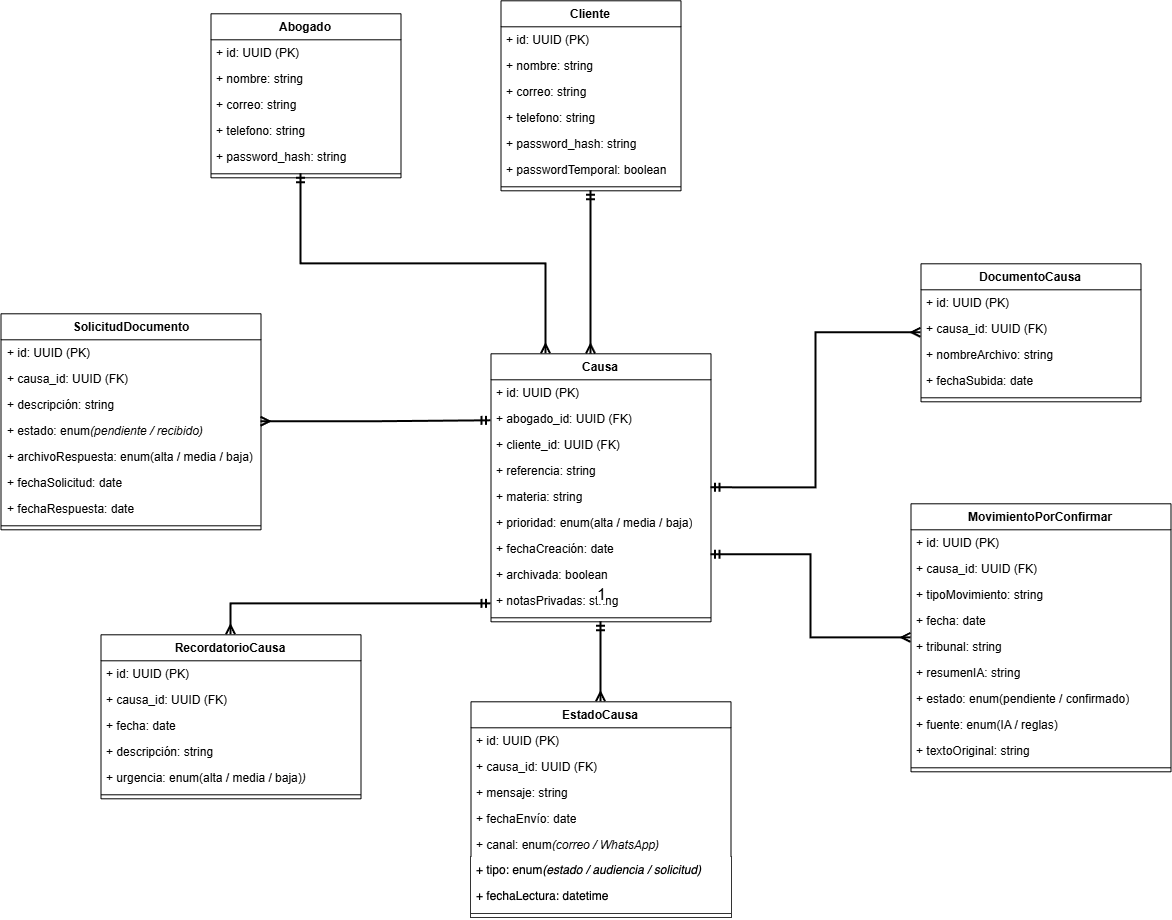
Before: Fase 2/Evidencias Proyecto/Documentacion/Diseño v2/Diagramas/diagrama_entidad_relacion_v2.drawio.png, a diagram exported from draw.io (sebastianroman16/CAPSTONE). Source tidied: cells renumbered, new cells last; positions are measured from the earlier drawing's top-left corner, leaving out a move shared by most shapes.
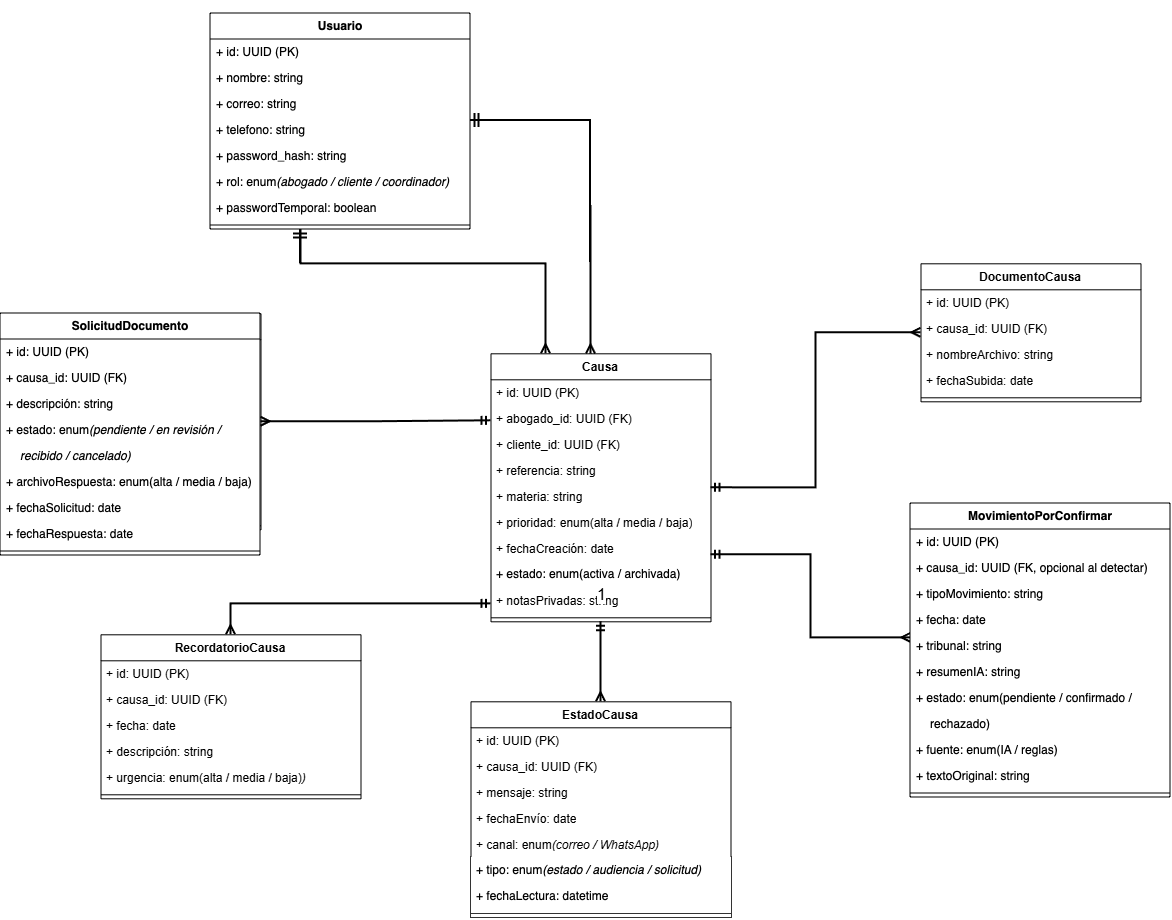
Above is the later version.

Change to the diagram source:
```diff
@@ -11,51 +11,33 @@
         </Array>
       </mxGeometry>
     </mxCell>
-    <mxCell id="3" value="Abogado" style="swimlane;fontStyle=1;align=center;verticalAlign=top;horizontal=1;startSize=26;whiteSpace=wrap;html=1;" parent="1" vertex="1">
-      <mxGeometry x="210" y="13" width="190" height="164" as="geometry" />
+    <mxCell id="3" value="Usuario" style="swimlane;fontStyle=1;align=center;verticalAlign=top;horizontal=1;startSize=26;whiteSpace=wrap;html=1;" parent="1" vertex="1">
+      <mxGeometry x="210" y="13" width="260" height="216" as="geometry" />
     </mxCell>
     <mxCell id="4" value="+ id: UUID (PK)" style="text;strokeColor=none;fillColor=none;align=left;verticalAlign=top;spacingLeft=4;spacingRight=4;overflow=hidden;whiteSpace=wrap;html=1;" parent="3" vertex="1">
-      <mxGeometry y="26" width="190" height="26" as="geometry" />
+      <mxGeometry y="26" width="260" height="26" as="geometry" />
     </mxCell>
     <mxCell id="5" value="+ nombre: string" style="text;strokeColor=none;fillColor=none;align=left;verticalAlign=top;spacingLeft=4;spacingRight=4;overflow=hidden;whiteSpace=wrap;html=1;" parent="3" vertex="1">
-      <mxGeometry y="52" width="190" height="26" as="geometry" />
+      <mxGeometry y="52" width="260" height="26" as="geometry" />
     </mxCell>
     <mxCell id="6" value="+ correo: string" style="text;strokeColor=none;fillColor=none;align=left;verticalAlign=top;spacingLeft=4;spacingRight=4;overflow=hidden;whiteSpace=wrap;html=1;" parent="3" vertex="1">
-      <mxGeometry y="78" width="190" height="26" as="geometry" />
+      <mxGeometry y="78" width="260" height="26" as="geometry" />
     </mxCell>
     <mxCell id="7" value="+ telefono: string" style="text;strokeColor=none;fillColor=none;align=left;verticalAlign=top;spacingLeft=4;spacingRight=4;overflow=hidden;whiteSpace=wrap;html=1;" parent="3" vertex="1">
-      <mxGeometry y="104" width="190" height="26" as="geometry" />
+      <mxGeometry y="104" width="260" height="26" as="geometry" />
     </mxCell>
     <mxCell id="8" value="+ password_hash: string" style="text;strokeColor=none;fillColor=none;align=left;verticalAlign=top;spacingLeft=4;spacingRight=4;overflow=hidden;whiteSpace=wrap;html=1;" parent="3" vertex="1">
-      <mxGeometry y="130" width="190" height="26" as="geometry" />
+      <mxGeometry y="130" width="260" height="26" as="geometry" />
     </mxCell>
+    <mxCell id="78" value="+ rol: enum&lt;em&gt;(abogado / cliente / coordinador)&lt;/em&gt;" style="text;strokeColor=none;fillColor=none;align=left;verticalAlign=top;spacingLeft=4;spacingRight=4;overflow=hidden;whiteSpace=wrap;html=1;" parent="3" vertex="1">
+      <mxGeometry y="156" width="190" height="26" as="geometry" />
+    </mxCell>
+    <mxCell id="16" value="+ passwordTemporal: boolean" style="text;strokeColor=none;fillColor=none;align=left;verticalAlign=top;spacingLeft=4;spacingRight=4;overflow=hidden;whiteSpace=wrap;html=1;" parent="3" vertex="1">
+      <mxGeometry y="182" width="190" height="26" as="geometry" />
+    </mxCell>
     <mxCell id="9" style="line;strokeWidth=1;fillColor=none;align=left;verticalAlign=middle;spacingTop=-1;spacingLeft=3;spacingRight=3;labelPosition=right;strokeColor=inherit;" parent="3" vertex="1">
-      <mxGeometry y="156" width="190" height="8" as="geometry" />
+      <mxGeometry y="208" width="260" height="8" as="geometry" />
     </mxCell>
-    <mxCell id="10" value="Cliente" style="swimlane;fontStyle=1;align=center;verticalAlign=top;horizontal=1;startSize=26;whiteSpace=wrap;html=1;" parent="1" vertex="1">
-      <mxGeometry x="500" width="180" height="190" as="geometry" />
-    </mxCell>
-    <mxCell id="11" value="+ id: UUID (PK)" style="text;strokeColor=none;fillColor=none;align=left;verticalAlign=top;spacingLeft=4;spacingRight=4;overflow=hidden;whiteSpace=wrap;html=1;" parent="10" vertex="1">
-      <mxGeometry y="26" width="180" height="26" as="geometry" />
-    </mxCell>
-    <mxCell id="12" value="+ nombre: string" style="text;strokeColor=none;fillColor=none;align=left;verticalAlign=top;spacingLeft=4;spacingRight=4;overflow=hidden;whiteSpace=wrap;html=1;" parent="10" vertex="1">
-      <mxGeometry y="52" width="180" height="26" as="geometry" />
-    </mxCell>
-    <mxCell id="13" value="+ correo: string" style="text;strokeColor=none;fillColor=none;align=left;verticalAlign=top;spacingLeft=4;spacingRight=4;overflow=hidden;whiteSpace=wrap;html=1;" parent="10" vertex="1">
-      <mxGeometry y="78" width="180" height="26" as="geometry" />
-    </mxCell>
-    <mxCell id="14" value="+ telefono: string" style="text;strokeColor=none;fillColor=none;align=left;verticalAlign=top;spacingLeft=4;spacingRight=4;overflow=hidden;whiteSpace=wrap;html=1;" parent="10" vertex="1">
-      <mxGeometry y="104" width="180" height="26" as="geometry" />
-    </mxCell>
-    <mxCell id="15" value="+ password_hash: string" style="text;strokeColor=none;fillColor=none;align=left;verticalAlign=top;spacingLeft=4;spacingRight=4;overflow=hidden;whiteSpace=wrap;html=1;" parent="10" vertex="1">
-      <mxGeometry y="130" width="180" height="26" as="geometry" />
-    </mxCell>
-    <mxCell id="16" value="+ passwordTemporal: boolean" style="text;strokeColor=none;fillColor=none;align=left;verticalAlign=top;spacingLeft=4;spacingRight=4;overflow=hidden;whiteSpace=wrap;html=1;" parent="10" vertex="1">
-      <mxGeometry y="156" width="180" height="26" as="geometry" />
-    </mxCell>
-    <mxCell id="17" style="line;strokeWidth=1;fillColor=none;align=left;verticalAlign=middle;spacingTop=-1;spacingLeft=3;spacingRight=3;labelPosition=right;strokeColor=inherit;" parent="10" vertex="1">
-      <mxGeometry y="182" width="180" height="8" as="geometry" />
-    </mxCell>
     <mxCell id="18" value="Causa" style="swimlane;fontStyle=1;align=center;verticalAlign=top;horizontal=1;startSize=26;whiteSpace=wrap;html=1;" parent="1" vertex="1">
       <mxGeometry x="490" y="353" width="220" height="268" as="geometry" />
     </mxCell>
@@ -80,7 +62,7 @@
     <mxCell id="25" value="+ fechaCreación: date" style="text;strokeColor=none;fillColor=none;align=left;verticalAlign=top;spacingLeft=4;spacingRight=4;overflow=hidden;whiteSpace=wrap;html=1;" parent="18" vertex="1">
       <mxGeometry y="182" width="220" height="26" as="geometry" />
     </mxCell>
-    <mxCell id="26" value="+ archivada: boolean" style="text;strokeColor=none;fillColor=none;align=left;verticalAlign=top;spacingLeft=4;spacingRight=4;overflow=hidden;whiteSpace=wrap;html=1;" parent="18" vertex="1">
+    <mxCell id="26" value="+ estado: enum(activa / archivada)" style="text;strokeColor=none;fillColor=none;align=left;verticalAlign=top;spacingLeft=4;spacingRight=4;overflow=hidden;whiteSpace=wrap;html=1;" parent="18" vertex="1">
       <mxGeometry y="208" width="220" height="26" as="geometry" />
     </mxCell>
     <mxCell id="27" value="+ notasPrivadas: string" style="text;strokeColor=none;fillColor=none;align=left;verticalAlign=top;spacingLeft=4;spacingRight=4;overflow=hidden;whiteSpace=wrap;html=1;" parent="18" vertex="1">
@@ -125,7 +107,7 @@
     <mxCell id="40" value="+ descripción: string" style="text;strokeColor=none;fillColor=none;align=left;verticalAlign=top;spacingLeft=4;spacingRight=4;overflow=hidden;whiteSpace=wrap;html=1;" parent="37" vertex="1">
       <mxGeometry y="78" width="260" height="26" as="geometry" />
     </mxCell>
-    <mxCell id="41" value="+ estado: enum&lt;em&gt;(pendiente / recibido)&lt;/em&gt;" style="text;strokeColor=none;fillColor=none;align=left;verticalAlign=top;spacingLeft=4;spacingRight=4;overflow=hidden;whiteSpace=wrap;html=1;" parent="37" vertex="1">
+    <mxCell id="41" value="+ estado: enum&lt;em&gt;(pendiente / en revisión / recibido / cancelado)&lt;/em&gt;" style="text;strokeColor=none;fillColor=none;align=left;verticalAlign=top;spacingLeft=4;spacingRight=4;overflow=hidden;whiteSpace=wrap;html=1;" parent="37" vertex="1">
       <mxGeometry y="104" width="260" height="26" as="geometry" />
     </mxCell>
     <mxCell id="42" value="+ archivoRespuesta: enum(alta / media / baja)" style="text;strokeColor=none;fillColor=none;align=left;verticalAlign=top;spacingLeft=4;spacingRight=4;overflow=hidden;whiteSpace=wrap;html=1;" parent="37" vertex="1">
@@ -207,7 +189,7 @@
     <mxCell id="66" value="+ id: UUID (PK)" style="text;strokeColor=none;fillColor=none;align=left;verticalAlign=top;spacingLeft=4;spacingRight=4;overflow=hidden;whiteSpace=wrap;html=1;" parent="65" vertex="1">
       <mxGeometry y="26" width="260" height="26" as="geometry" />
     </mxCell>
-    <mxCell id="67" value="+ causa_id: UUID (FK)" style="text;strokeColor=none;fillColor=none;align=left;verticalAlign=top;spacingLeft=4;spacingRight=4;overflow=hidden;whiteSpace=wrap;html=1;" parent="65" vertex="1">
+    <mxCell id="67" value="+ causa_id: UUID (FK, opcional al detectar)" style="text;strokeColor=none;fillColor=none;align=left;verticalAlign=top;spacingLeft=4;spacingRight=4;overflow=hidden;whiteSpace=wrap;html=1;" parent="65" vertex="1">
       <mxGeometry y="52" width="260" height="26" as="geometry" />
     </mxCell>
     <mxCell id="68" value="+ tipoMovimiento: string" style="text;strokeColor=none;fillColor=none;align=left;verticalAlign=top;spacingLeft=4;spacingRight=4;overflow=hidden;whiteSpace=wrap;html=1;" parent="65" vertex="1">
@@ -222,7 +204,7 @@
     <mxCell id="71" value="+ resumenIA: string" style="text;strokeColor=none;fillColor=none;align=left;verticalAlign=top;spacingLeft=4;spacingRight=4;overflow=hidden;whiteSpace=wrap;html=1;" parent="65" vertex="1">
       <mxGeometry y="156" width="260" height="26" as="geometry" />
     </mxCell>
-    <mxCell id="72" value="+ estado: enum(pendiente / confirmado)" style="text;strokeColor=none;fillColor=none;align=left;verticalAlign=top;spacingLeft=4;spacingRight=4;overflow=hidden;whiteSpace=wrap;html=1;" parent="65" vertex="1">
+    <mxCell id="72" value="+ estado: enum(pendiente / confirmado / rechazado)" style="text;strokeColor=none;fillColor=none;align=left;verticalAlign=top;spacingLeft=4;spacingRight=4;overflow=hidden;whiteSpace=wrap;html=1;" parent="65" vertex="1">
       <mxGeometry y="182" width="260" height="26" as="geometry" />
     </mxCell>
     <mxCell id="73" value="+ fuente: enum(IA / reglas)" style="text;strokeColor=none;fillColor=none;align=left;verticalAlign=top;spacingLeft=4;spacingRight=4;overflow=hidden;whiteSpace=wrap;html=1;" parent="65" vertex="1">
@@ -234,7 +216,7 @@
     <mxCell id="75" style="line;strokeWidth=1;fillColor=none;align=left;verticalAlign=middle;spacingTop=-1;spacingLeft=3;spacingRight=3;labelPosition=right;strokeColor=inherit;" parent="65" vertex="1">
       <mxGeometry y="260" width="260" height="8" as="geometry" />
     </mxCell>
-    <mxCell id="76" style="edgeStyle=orthogonalEdgeStyle;rounded=0;jettySize=auto;html=1;entryX=0.573;entryY=0.001;entryDx=0;entryDy=0;entryPerimeter=0;endArrow=ERmany;endFill=0;exitX=0.5;exitY=1;exitDx=0;exitDy=0;startArrow=ERmandOne;startFill=0;strokeWidth=2;" parent="1" edge="1" source="10">
+    <mxCell id="76" style="edgeStyle=orthogonalEdgeStyle;rounded=0;jettySize=auto;html=1;entryX=0.573;entryY=0.001;entryDx=0;entryDy=0;entryPerimeter=0;endArrow=ERmany;endFill=0;exitX=1;exitY=0.5;exitDx=0;exitDy=0;startArrow=ERmandOne;startFill=0;strokeWidth=2;" parent="1" edge="1" source="3">
       <mxGeometry relative="1" as="geometry">
         <mxPoint x="590" y="353.2" as="targetPoint" />
       </mxGeometry>
```
